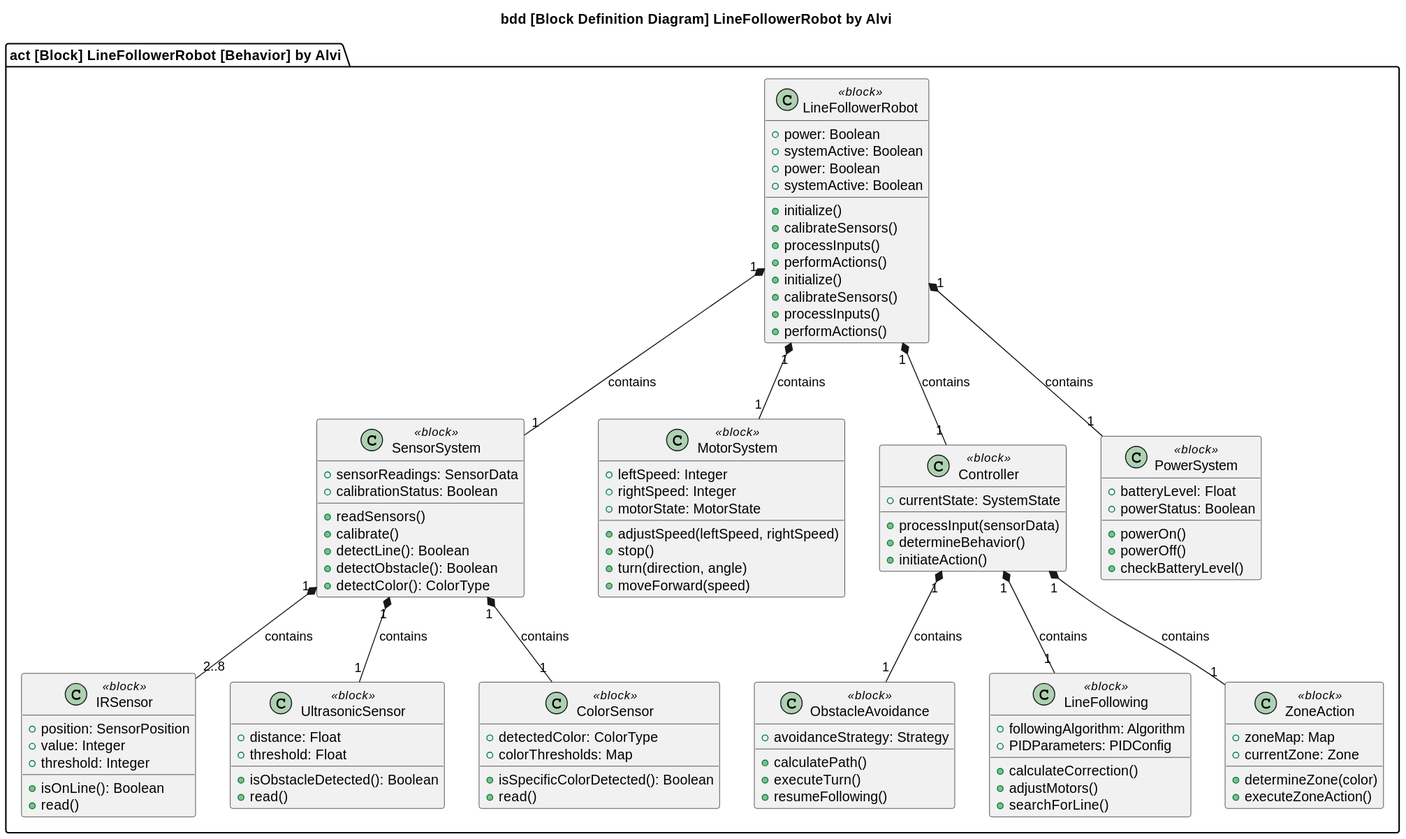
Earlier version of the PlantUML export Final SysML Diagram/block_definition_diagram_updated.svg (alvi231078/D2---Line-Follower-Robot).
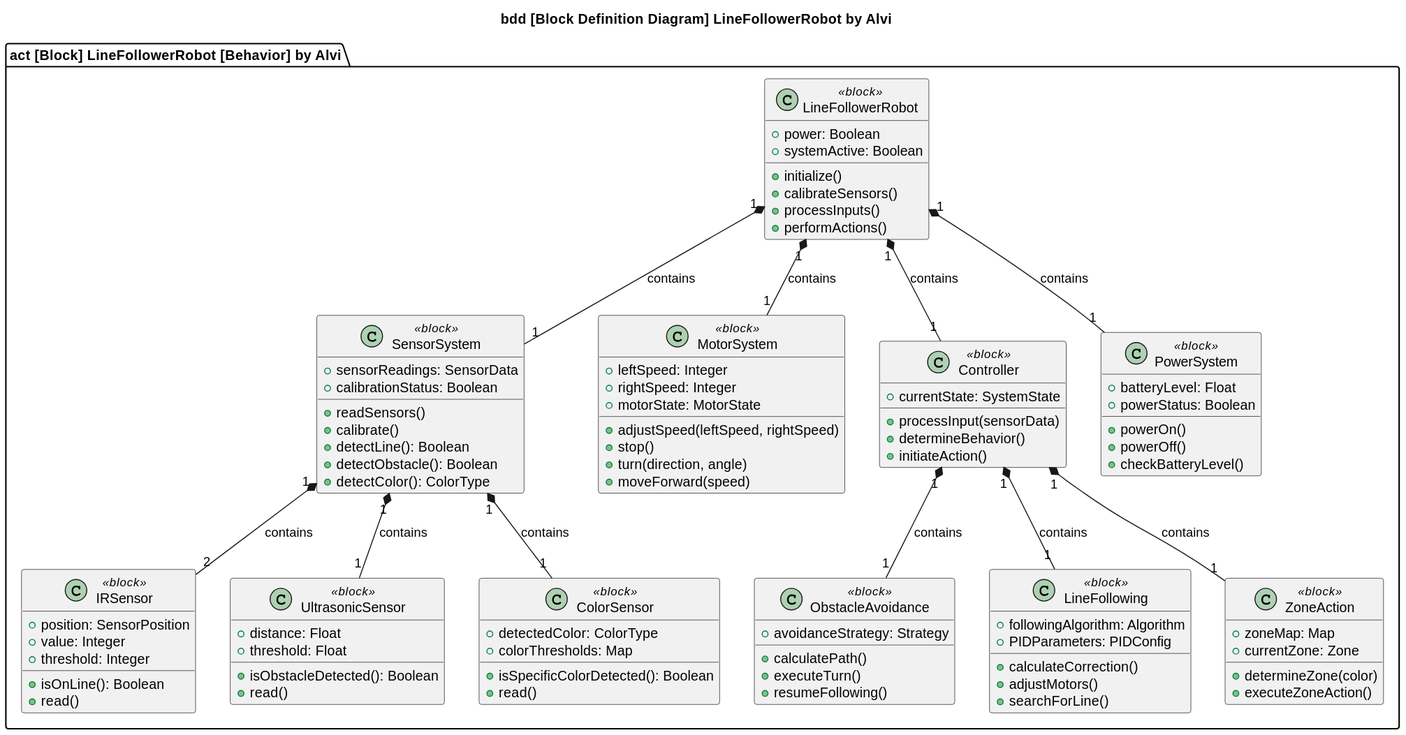
After the change.

What changed in the source:
```diff
@@ -2,112 +2,108 @@
 title bdd [Block Definition Diagram] LineFollowerRobot by Alvi
 
 package "act [Block] LineFollowerRobot [Behavior] by Alvi" {
-  LineFollowerRobot : +power: Boolean
-  LineFollowerRobot : +systemActive: Boolean
-  LineFollowerRobot : +initialize()
-  LineFollowerRobot : +calibrateSensors()
-  LineFollowerRobot : +processInputs()
-  LineFollowerRobot : +performActions()
 
-top to bottom direction
+  top to bottom direction
 
-class LineFollowerRobot <<block>> {
-  +power: Boolean
-  +systemActive: Boolean
-  +initialize()
-  +calibrateSensors()
-  +processInputs()
-  +performActions()
-}
+  class LineFollowerRobot <<block>> {
+    +power: Boolean
+    +systemActive: Boolean
+    +initialize()
+    +calibrateSensors()
+    +processInputs()
+    +performActions()
+  }
 
-class SensorSystem <<block>> {
-  +sensorReadings: SensorData
-  +calibrationStatus: Boolean
-  +readSensors()
-  +calibrate()
-  +detectLine(): Boolean
-  +detectObstacle(): Boolean
-  +detectColor(): ColorType
-}
+  class SensorSystem <<block>> {
+    +sensorReadings: SensorData
+    +calibrationStatus: Boolean
+    +readSensors()
+    +calibrate()
+    +detectLine(): Boolean
+    +detectObstacle(): Boolean
+    +detectColor(): ColorType
+  }
 
-class MotorSystem <<block>> {
-  +leftSpeed: Integer
-  +rightSpeed: Integer
-  +motorState: MotorState
-  +adjustSpeed(leftSpeed, rightSpeed)
-  +stop()
-  +turn(direction, angle)
-  +moveForward(speed)
-}
+  class MotorSystem <<block>> {
+    +leftSpeed: Integer
+    +rightSpeed: Integer
+    +motorState: MotorState
+    +adjustSpeed(leftSpeed, rightSpeed)
+    +stop()
+    +turn(direction, angle)
+    +moveForward(speed)
+  }
 
-class Controller <<block>> {
-  +currentState: SystemState
-  +processInput(sensorData)
-  +determineBehavior()
-  +initiateAction()
-}
+  class Controller <<block>> {
+    +currentState: SystemState
+    +processInput(sensorData)
+    +determineBehavior()
+    +initiateAction()
+  }
 
-class IRSensor <<block>> {
-  +position: SensorPosition
-  +value: Integer
-  +threshold: Integer
-  +isOnLine(): Boolean
-  +read()
-}
+  class IRSensor <<block>> {
+    +position: SensorPosition
+    +value: Integer
+    +threshold: Integer
+    +isOnLine(): Boolean
+    +read()
+  }
 
-class UltrasonicSensor <<block>> {
-  +distance: Float
-  +threshold: Float
-  +isObstacleDetected(): Boolean
-  +read()
-}
+  class UltrasonicSensor <<block>> {
+    +distance: Float
+    +threshold: Float
+    +isObstacleDetected(): Boolean
+    +read()
+  }
 
-class ColorSensor <<block>> {
-  +detectedColor: ColorType
-  +colorThresholds: Map
-  +isSpecificColorDetected(): Boolean
-  +read()
-}
+  class ColorSensor <<block>> {
+    +detectedColor: ColorType
+    +colorThresholds: Map
+    +isSpecificColorDetected(): Boolean
+    +read()
+  }
 
-class PowerSystem <<block>> {
-  +batteryLevel: Float
-  +powerStatus: Boolean
-  +powerOn()
-  +powerOff()
-  +checkBatteryLevel()
-}
+  class PowerSystem <<block>> {
+    +batteryLevel: Float
+    +powerStatus: Boolean
+    +powerOn()
+    +powerOff()
+    +checkBatteryLevel()
+  }
 
-class ObstacleAvoidance <<block>> {
-  +avoidanceStrategy: Strategy
-  +calculatePath()
-  +executeTurn()
-  +resumeFollowing()
-}
+  class ObstacleAvoidance <<block>> {
+    +avoidanceStrategy: Strategy
+    +calculatePath()
+    +executeTurn()
+    +resumeFollowing()
+  }
 
-class LineFollowing <<block>> {
-  +followingAlgorithm: Algorithm
-  +PIDParameters: PIDConfig
-  +calculateCorrection()
-  +adjustMotors()
-  +searchForLine()
-}
+  class LineFollowing <<block>> {
+    +followingAlgorithm: Algorithm
+    +PIDParameters: PIDConfig
+    +calculateCorrection()
+    +adjustMotors()
+    +searchForLine()
+  }
 
-class ZoneAction <<block>> {
-  +zoneMap: Map
-  +currentZone: Zone
-  +determineZone(color)
-  +executeZoneAction()
-}
+  class ZoneAction <<block>> {
+    +zoneMap: Map
+    +currentZone: Zone
+    +determineZone(color)
+    +executeZoneAction()
+  }
 
-LineFollowerRobot "1" *-- "1" SensorSystem : contains
-LineFollowerRobot "1" *-- "1" MotorSystem : contains
-LineFollowerRobot "1" *-- "1" Controller : contains
-LineFollowerRobot "1" *-- "1" PowerSystem : contains
-SensorSystem "1" *-- "2..8" IRSensor : contains
-SensorSystem "1" *-- "1" UltrasonicSensor : contains
-SensorSystem "1" *-- "1" ColorSensor : contains
-Controller "1" *-- "1" ObstacleAvoidance : contains
-Controller "1" *-- "1" LineFollowing : contains
-Controller "1" *-- "1" ZoneAction : contains
+  LineFollowerRobot "1" *-- "1" SensorSystem : contains
+  LineFollowerRobot "1" *-- "1" MotorSystem : contains
+  LineFollowerRobot "1" *-- "1" Controller : contains
+  LineFollowerRobot "1" *-- "1" PowerSystem : contains
+
+  SensorSystem "1" *-- "2" IRSensor : contains
+  SensorSystem "1" *-- "1" UltrasonicSensor : contains
+  SensorSystem "1" *-- "1" ColorSensor : contains
+
+  Controller "1" *-- "1" ObstacleAvoidance : contains
+  Controller "1" *-- "1" LineFollowing : contains
+  Controller "1" *-- "1" ZoneAction : contains
 }
 @enduml
```
